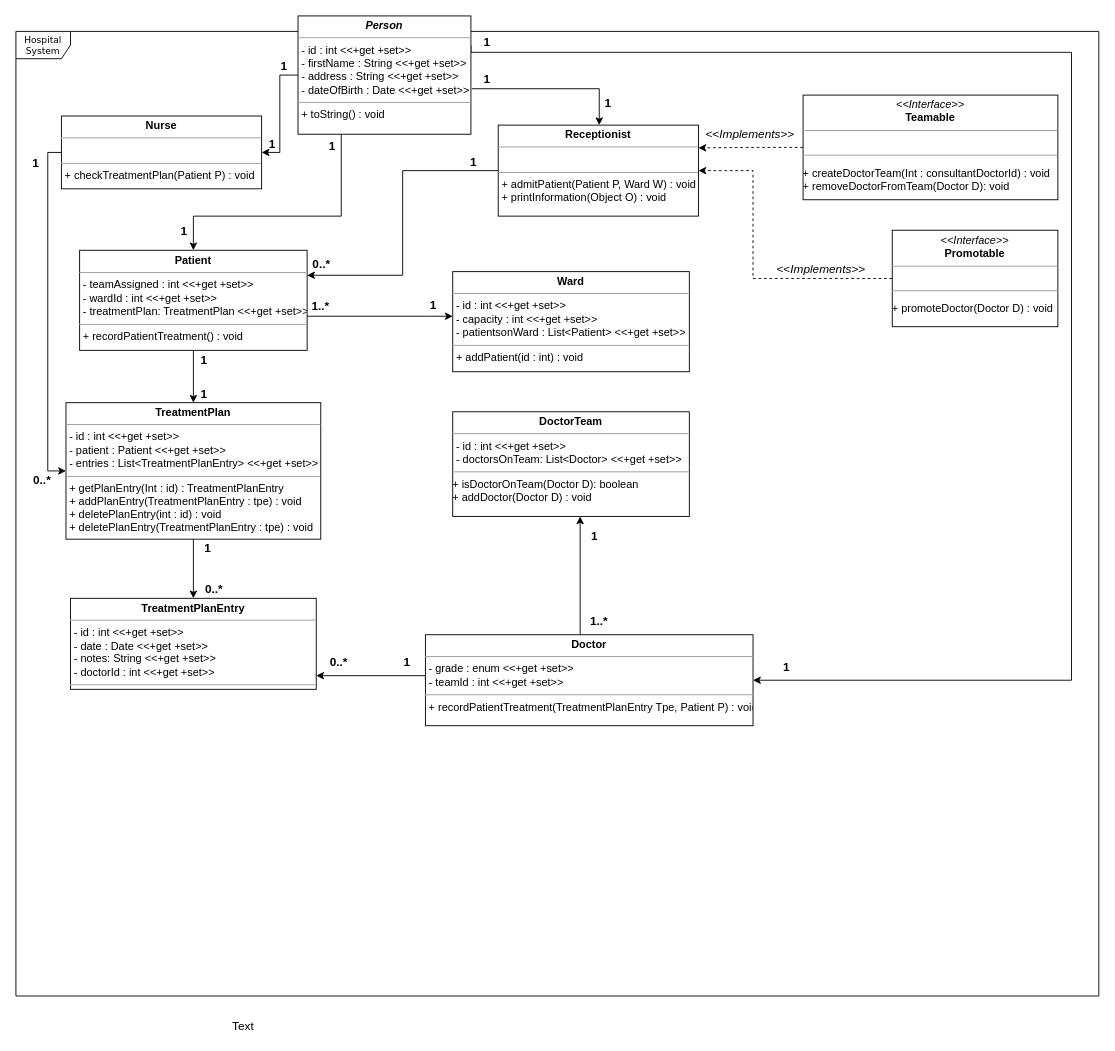
The draw.io diagram QA-Hospital-ClassDiagram.drawio in hbuck95/hospital-qa, before the edit. Source tidied: cells renumbered, new cells numbered last; positions are measured from the earlier drawing's top-left corner, leaving out a move shared by most shapes. Both pictures are drawn from the tidied source at 91%, with x=0, y=0 at pixel (15, 15).
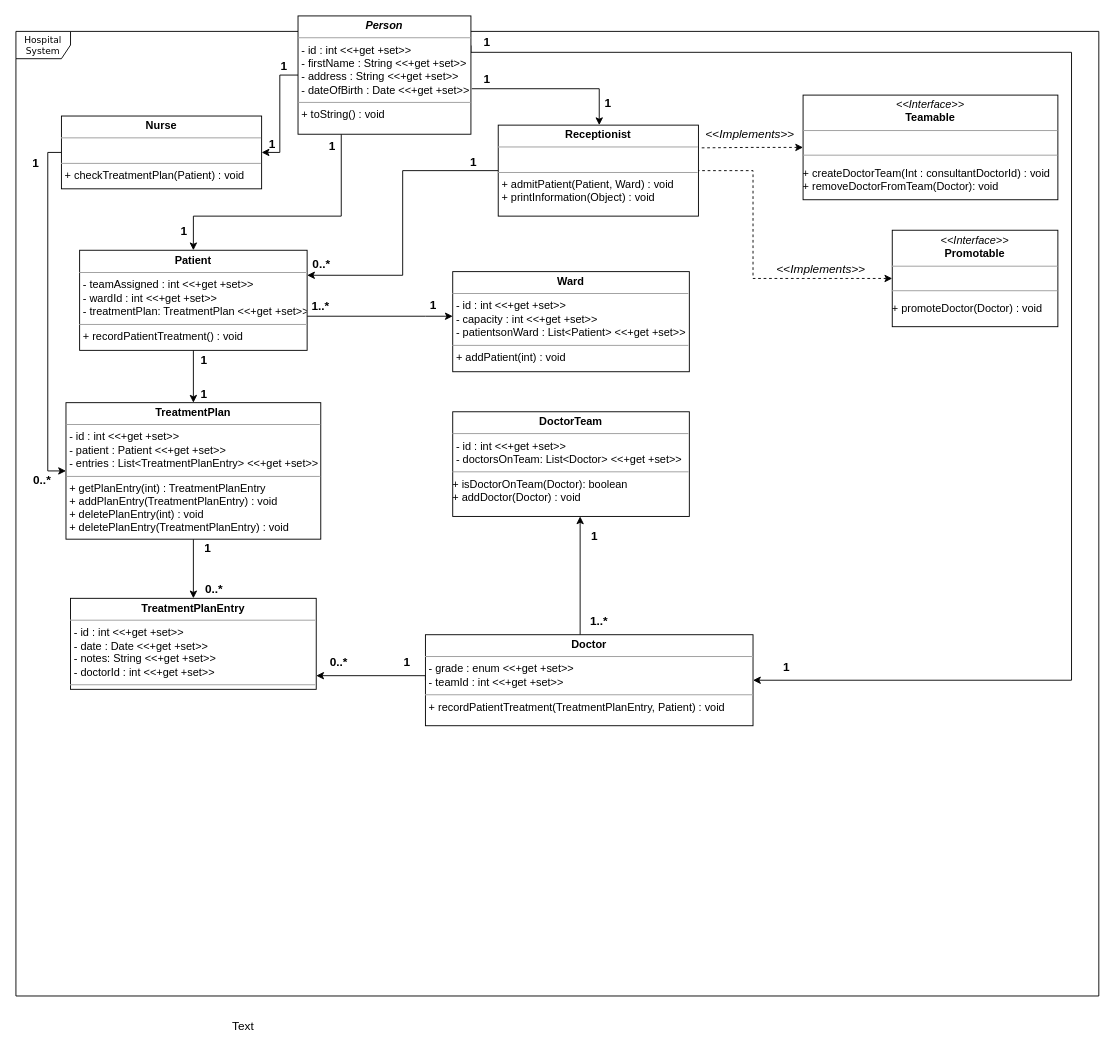
The same page after the edit.

Diff of the diagram source:
```diff
@@
-    <mxCell id="8" style="edgeStyle=orthogonalEdgeStyle;rounded=0;jettySize=auto;html=1;entryX=1;entryY=0.25;entryDx=0;entryDy=0;fontSize=13;dashed=1;" parent="1" edge="1" source="9" target="16">
+    <mxCell id="8" style="edgeStyle=orthogonalEdgeStyle;rounded=0;jettySize=auto;html=1;entryX=1;entryY=0.25;entryDx=0;entryDy=0;fontSize=13;dashed=1;startArrow=classic;startFill=1;endArrow=none;endFill=0;" parent="1" edge="1" source="9" target="16">
       <mxGeometry relative="1" as="geometry" />
     </mxCell>
-    <mxCell id="9" value="&lt;p style=&quot;margin: 0px ; margin-top: 4px ; text-align: center&quot;&gt;&lt;i&gt;&amp;lt;&amp;lt;Interface&amp;gt;&amp;gt;&lt;/i&gt;&lt;br&gt;&lt;b&gt;Teamable&lt;/b&gt;&lt;/p&gt;&lt;hr size=&quot;1&quot;&gt;&lt;p style=&quot;margin: 0px ; margin-left: 4px&quot;&gt;&lt;br&gt;&lt;/p&gt;&lt;hr size=&quot;1&quot;&gt;&lt;p&gt;+ createDoctorTeam(Int : consultantDoctorId) : void&lt;br&gt;+ removeDoctorFromTeam(Doctor D): void&lt;/p&gt;" style="verticalAlign=top;align=left;overflow=fill;fontSize=12;fontFamily=Helvetica;html=1;rounded=0;shadow=0;comic=0;labelBackgroundColor=none;strokeColor=#000000;strokeWidth=1;fillColor=#ffffff;" parent="1" vertex="1">
+    <mxCell id="9" value="&lt;p style=&quot;margin: 0px ; margin-top: 4px ; text-align: center&quot;&gt;&lt;i&gt;&amp;lt;&amp;lt;Interface&amp;gt;&amp;gt;&lt;/i&gt;&lt;br&gt;&lt;b&gt;Teamable&lt;/b&gt;&lt;/p&gt;&lt;hr size=&quot;1&quot;&gt;&lt;p style=&quot;margin: 0px ; margin-left: 4px&quot;&gt;&lt;br&gt;&lt;/p&gt;&lt;hr size=&quot;1&quot;&gt;&lt;p&gt;+ createDoctorTeam(Int : consultantDoctorId) : void&lt;br&gt;+ removeDoctorFromTeam(Doctor): void&lt;/p&gt;" style="verticalAlign=top;align=left;overflow=fill;fontSize=12;fontFamily=Helvetica;html=1;rounded=0;shadow=0;comic=0;labelBackgroundColor=none;strokeColor=#000000;strokeWidth=1;fillColor=#ffffff;" parent="1" vertex="1">
       <mxGeometry x="865" y="87" width="280" height="115" as="geometry" />
     </mxCell>
@@
-    <mxCell id="11" value="&lt;p style=&quot;margin: 0px ; margin-top: 4px ; text-align: center&quot;&gt;&lt;b&gt;Nurse&lt;/b&gt;&lt;br&gt;&lt;/p&gt;&lt;hr size=&quot;1&quot;&gt;&lt;p style=&quot;margin: 0px ; margin-left: 4px&quot;&gt;&lt;br&gt;&lt;/p&gt;&lt;hr size=&quot;1&quot;&gt;&lt;p style=&quot;margin: 0px ; margin-left: 4px&quot;&gt;+ checkTreatmentPlan(Patient P) : void&lt;br&gt;&lt;/p&gt;" style="verticalAlign=top;align=left;overflow=fill;fontSize=12;fontFamily=Helvetica;html=1;rounded=0;shadow=0;comic=0;labelBackgroundColor=none;strokeColor=#000000;strokeWidth=1;fillColor=#ffffff;" parent="1" vertex="1">
+    <mxCell id="11" value="&lt;p style=&quot;margin: 0px ; margin-top: 4px ; text-align: center&quot;&gt;&lt;b&gt;Nurse&lt;/b&gt;&lt;br&gt;&lt;/p&gt;&lt;hr size=&quot;1&quot;&gt;&lt;p style=&quot;margin: 0px ; margin-left: 4px&quot;&gt;&lt;br&gt;&lt;/p&gt;&lt;hr size=&quot;1&quot;&gt;&lt;p style=&quot;margin: 0px ; margin-left: 4px&quot;&gt;+ checkTreatmentPlan(Patient) : void&lt;br&gt;&lt;/p&gt;" style="verticalAlign=top;align=left;overflow=fill;fontSize=12;fontFamily=Helvetica;html=1;rounded=0;shadow=0;comic=0;labelBackgroundColor=none;strokeColor=#000000;strokeWidth=1;fillColor=#ffffff;" parent="1" vertex="1">
       <mxGeometry x="50" y="110" width="220" height="80" as="geometry" />
     </mxCell>
@@
-    <mxCell id="14" value="&lt;p style=&quot;margin: 0px ; margin-top: 4px ; text-align: center&quot;&gt;&lt;b&gt;Doctor&lt;/b&gt;&lt;br&gt;&lt;/p&gt;&lt;hr size=&quot;1&quot;&gt;&lt;p style=&quot;margin: 0px ; margin-left: 4px&quot;&gt;- grade : enum &amp;lt;&amp;lt;+get +set&amp;gt;&amp;gt;&lt;/p&gt;&lt;p style=&quot;margin: 0px ; margin-left: 4px&quot;&gt;- teamId : int &amp;lt;&amp;lt;+get +set&amp;gt;&amp;gt;&lt;/p&gt;&lt;hr size=&quot;1&quot;&gt;&lt;p style=&quot;margin: 0px ; margin-left: 4px&quot;&gt;+ recordPatientTreatment(TreatmentPlanEntry Tpe, Patient P) : void&lt;br&gt;&lt;/p&gt;" style="verticalAlign=top;align=left;overflow=fill;fontSize=12;fontFamily=Helvetica;html=1;rounded=0;shadow=0;comic=0;labelBackgroundColor=none;strokeColor=#000000;strokeWidth=1;fillColor=#ffffff;" parent="1" vertex="1">
+    <mxCell id="14" value="&lt;p style=&quot;margin: 0px ; margin-top: 4px ; text-align: center&quot;&gt;&lt;b&gt;Doctor&lt;/b&gt;&lt;br&gt;&lt;/p&gt;&lt;hr size=&quot;1&quot;&gt;&lt;p style=&quot;margin: 0px ; margin-left: 4px&quot;&gt;- grade : enum &amp;lt;&amp;lt;+get +set&amp;gt;&amp;gt;&lt;/p&gt;&lt;p style=&quot;margin: 0px ; margin-left: 4px&quot;&gt;- teamId : int &amp;lt;&amp;lt;+get +set&amp;gt;&amp;gt;&lt;/p&gt;&lt;hr size=&quot;1&quot;&gt;&lt;p style=&quot;margin: 0px ; margin-left: 4px&quot;&gt;+ recordPatientTreatment(TreatmentPlanEntry, Patient) : void&lt;br&gt;&lt;/p&gt;" style="verticalAlign=top;align=left;overflow=fill;fontSize=12;fontFamily=Helvetica;html=1;rounded=0;shadow=0;comic=0;labelBackgroundColor=none;strokeColor=#000000;strokeWidth=1;fillColor=#ffffff;" parent="1" vertex="1">
       <mxGeometry x="450" y="680" width="360" height="100" as="geometry" />
     </mxCell>
@@
-    <mxCell id="16" value="&lt;p style=&quot;margin: 0px ; margin-top: 4px ; text-align: center&quot;&gt;&lt;b&gt;Receptionist&lt;/b&gt;&lt;br&gt;&lt;/p&gt;&lt;hr size=&quot;1&quot;&gt;&lt;p style=&quot;margin: 0px ; margin-left: 4px&quot;&gt;&lt;br&gt;&lt;/p&gt;&lt;hr size=&quot;1&quot;&gt;&lt;p style=&quot;margin: 0px ; margin-left: 4px&quot;&gt;+ admitPatient(Patient P, Ward W) : void&lt;/p&gt;&lt;p style=&quot;margin: 0px ; margin-left: 4px&quot;&gt;+ printInformation(Object O) : void&lt;br&gt;&lt;/p&gt;" style="verticalAlign=top;align=left;overflow=fill;fontSize=12;fontFamily=Helvetica;html=1;rounded=0;shadow=0;comic=0;labelBackgroundColor=none;strokeColor=#000000;strokeWidth=1;fillColor=#ffffff;" parent="1" vertex="1">
+    <mxCell id="16" value="&lt;p style=&quot;margin: 0px ; margin-top: 4px ; text-align: center&quot;&gt;&lt;b&gt;Receptionist&lt;/b&gt;&lt;br&gt;&lt;/p&gt;&lt;hr size=&quot;1&quot;&gt;&lt;p style=&quot;margin: 0px ; margin-left: 4px&quot;&gt;&lt;br&gt;&lt;/p&gt;&lt;hr size=&quot;1&quot;&gt;&lt;p style=&quot;margin: 0px ; margin-left: 4px&quot;&gt;+ admitPatient(Patient, Ward) : void&lt;/p&gt;&lt;p style=&quot;margin: 0px ; margin-left: 4px&quot;&gt;+ printInformation(Object) : void&lt;br&gt;&lt;/p&gt;" style="verticalAlign=top;align=left;overflow=fill;fontSize=12;fontFamily=Helvetica;html=1;rounded=0;shadow=0;comic=0;labelBackgroundColor=none;strokeColor=#000000;strokeWidth=1;fillColor=#ffffff;" parent="1" vertex="1">
       <mxGeometry x="530" y="120" width="220" height="100" as="geometry" />
     </mxCell>
@@
-    <mxCell id="20" value="&lt;p style=&quot;margin: 0px ; margin-top: 4px ; text-align: center&quot;&gt;&lt;b&gt;Ward&lt;/b&gt;&lt;br&gt;&lt;/p&gt;&lt;hr size=&quot;1&quot;&gt;&lt;p style=&quot;margin: 0px ; margin-left: 4px&quot;&gt;- id : int &amp;lt;&amp;lt;+get +set&amp;gt;&amp;gt;&lt;/p&gt;&lt;p style=&quot;margin: 0px ; margin-left: 4px&quot;&gt;- capacity : int &amp;lt;&amp;lt;+get +set&amp;gt;&amp;gt;&lt;/p&gt;&lt;p style=&quot;margin: 0px ; margin-left: 4px&quot;&gt;- patientsonWard : List&amp;lt;Patient&amp;gt; &amp;lt;&amp;lt;+get +set&amp;gt;&amp;gt;&lt;br&gt;&lt;/p&gt;&lt;hr size=&quot;1&quot;&gt;&lt;p style=&quot;margin: 0px ; margin-left: 4px&quot;&gt;+ addPatient(id : int) : void&lt;br&gt;&lt;/p&gt;" style="verticalAlign=top;align=left;overflow=fill;fontSize=12;fontFamily=Helvetica;html=1;rounded=0;shadow=0;comic=0;labelBackgroundColor=none;strokeColor=#000000;strokeWidth=1;fillColor=#ffffff;" parent="1" vertex="1">
+    <mxCell id="20" value="&lt;p style=&quot;margin: 0px ; margin-top: 4px ; text-align: center&quot;&gt;&lt;b&gt;Ward&lt;/b&gt;&lt;br&gt;&lt;/p&gt;&lt;hr size=&quot;1&quot;&gt;&lt;p style=&quot;margin: 0px ; margin-left: 4px&quot;&gt;- id : int &amp;lt;&amp;lt;+get +set&amp;gt;&amp;gt;&lt;/p&gt;&lt;p style=&quot;margin: 0px ; margin-left: 4px&quot;&gt;- capacity : int &amp;lt;&amp;lt;+get +set&amp;gt;&amp;gt;&lt;/p&gt;&lt;p style=&quot;margin: 0px ; margin-left: 4px&quot;&gt;- patientsonWard : List&amp;lt;Patient&amp;gt; &amp;lt;&amp;lt;+get +set&amp;gt;&amp;gt;&lt;br&gt;&lt;/p&gt;&lt;hr size=&quot;1&quot;&gt;&lt;p style=&quot;margin: 0px ; margin-left: 4px&quot;&gt;+ addPatient(int) : void&lt;br&gt;&lt;/p&gt;" style="verticalAlign=top;align=left;overflow=fill;fontSize=12;fontFamily=Helvetica;html=1;rounded=0;shadow=0;comic=0;labelBackgroundColor=none;strokeColor=#000000;strokeWidth=1;fillColor=#ffffff;" parent="1" vertex="1">
       <mxGeometry x="480" y="281" width="260" height="110" as="geometry" />
     </mxCell>
-    <mxCell id="21" value="&lt;p style=&quot;margin: 0px ; margin-top: 4px ; text-align: center&quot;&gt;&lt;b&gt;DoctorTeam&lt;/b&gt;&lt;br&gt;&lt;/p&gt;&lt;hr size=&quot;1&quot;&gt;&lt;p style=&quot;margin: 0px ; margin-left: 4px&quot;&gt;- id : int &amp;lt;&amp;lt;+get +set&amp;gt;&amp;gt;&lt;/p&gt;&lt;p style=&quot;margin: 0px ; margin-left: 4px&quot;&gt;- doctorsOnTeam: List&amp;lt;Doctor&amp;gt; &amp;lt;&amp;lt;+get +set&amp;gt;&amp;gt;&lt;br&gt;&lt;/p&gt;&lt;hr size=&quot;1&quot;&gt;&lt;div&gt;+ isDoctorOnTeam(Doctor D): boolean&lt;/div&gt;&lt;div&gt;+ addDoctor(Doctor D) : void&lt;/div&gt;" style="verticalAlign=top;align=left;overflow=fill;fontSize=12;fontFamily=Helvetica;html=1;rounded=0;shadow=0;comic=0;labelBackgroundColor=none;strokeColor=#000000;strokeWidth=1;fillColor=#ffffff;" parent="1" vertex="1">
+    <mxCell id="21" value="&lt;p style=&quot;margin: 0px ; margin-top: 4px ; text-align: center&quot;&gt;&lt;b&gt;DoctorTeam&lt;/b&gt;&lt;br&gt;&lt;/p&gt;&lt;hr size=&quot;1&quot;&gt;&lt;p style=&quot;margin: 0px ; margin-left: 4px&quot;&gt;- id : int &amp;lt;&amp;lt;+get +set&amp;gt;&amp;gt;&lt;/p&gt;&lt;p style=&quot;margin: 0px ; margin-left: 4px&quot;&gt;- doctorsOnTeam: List&amp;lt;Doctor&amp;gt; &amp;lt;&amp;lt;+get +set&amp;gt;&amp;gt;&lt;br&gt;&lt;/p&gt;&lt;hr size=&quot;1&quot;&gt;&lt;div&gt;+ isDoctorOnTeam(Doctor): boolean&lt;/div&gt;&lt;div&gt;+ addDoctor(Doctor) : void&lt;/div&gt;" style="verticalAlign=top;align=left;overflow=fill;fontSize=12;fontFamily=Helvetica;html=1;rounded=0;shadow=0;comic=0;labelBackgroundColor=none;strokeColor=#000000;strokeWidth=1;fillColor=#ffffff;" parent="1" vertex="1">
       <mxGeometry x="480" y="435" width="260" height="115" as="geometry" />
     </mxCell>
@@
-    <mxCell id="23" value="&lt;p style=&quot;margin: 0px ; margin-top: 4px ; text-align: center&quot;&gt;&lt;b&gt;TreatmentPlan&lt;/b&gt;&lt;br&gt;&lt;/p&gt;&lt;hr size=&quot;1&quot;&gt;&lt;p style=&quot;margin: 0px ; margin-left: 4px&quot;&gt;- id : int &amp;lt;&amp;lt;+get +set&amp;gt;&amp;gt;&lt;/p&gt;&lt;p style=&quot;margin: 0px ; margin-left: 4px&quot;&gt;- patient : Patient &amp;lt;&amp;lt;+get +set&amp;gt;&amp;gt;&lt;/p&gt;&lt;p style=&quot;margin: 0px ; margin-left: 4px&quot;&gt;- entries : List&amp;lt;TreatmentPlanEntry&amp;gt; &amp;lt;&amp;lt;+get +set&amp;gt;&amp;gt;&lt;br&gt;&lt;/p&gt;&lt;hr size=&quot;1&quot;&gt;&lt;p style=&quot;margin: 0px ; margin-left: 4px&quot;&gt;+ getPlanEntry(Int : id) : TreatmentPlanEntry&lt;/p&gt;&lt;p style=&quot;margin: 0px ; margin-left: 4px&quot;&gt;+ addPlanEntry(TreatmentPlanEntry : tpe) : void&lt;/p&gt;&lt;p style=&quot;margin: 0px ; margin-left: 4px&quot;&gt;+ deletePlanEntry(int : id) : void&lt;/p&gt;&lt;p style=&quot;margin: 0px ; margin-left: 4px&quot;&gt;+ deletePlanEntry(TreatmentPlanEntry : tpe) : void&lt;br&gt;&lt;/p&gt;" style="verticalAlign=top;align=left;overflow=fill;fontSize=12;fontFamily=Helvetica;html=1;rounded=0;shadow=0;comic=0;labelBackgroundColor=none;strokeColor=#000000;strokeWidth=1;fillColor=#ffffff;" parent="1" vertex="1">
+    <mxCell id="23" value="&lt;p style=&quot;margin: 0px ; margin-top: 4px ; text-align: center&quot;&gt;&lt;b&gt;TreatmentPlan&lt;/b&gt;&lt;br&gt;&lt;/p&gt;&lt;hr size=&quot;1&quot;&gt;&lt;p style=&quot;margin: 0px ; margin-left: 4px&quot;&gt;- id : int &amp;lt;&amp;lt;+get +set&amp;gt;&amp;gt;&lt;/p&gt;&lt;p style=&quot;margin: 0px ; margin-left: 4px&quot;&gt;- patient : Patient &amp;lt;&amp;lt;+get +set&amp;gt;&amp;gt;&lt;/p&gt;&lt;p style=&quot;margin: 0px ; margin-left: 4px&quot;&gt;- entries : List&amp;lt;TreatmentPlanEntry&amp;gt; &amp;lt;&amp;lt;+get +set&amp;gt;&amp;gt;&lt;br&gt;&lt;/p&gt;&lt;hr size=&quot;1&quot;&gt;&lt;p style=&quot;margin: 0px ; margin-left: 4px&quot;&gt;+ getPlanEntry(int) : TreatmentPlanEntry&lt;/p&gt;&lt;p style=&quot;margin: 0px ; margin-left: 4px&quot;&gt;+ addPlanEntry(TreatmentPlanEntry) : void&lt;/p&gt;&lt;p style=&quot;margin: 0px ; margin-left: 4px&quot;&gt;+ deletePlanEntry(int) : void&lt;/p&gt;&lt;p style=&quot;margin: 0px ; margin-left: 4px&quot;&gt;+ deletePlanEntry(TreatmentPlanEntry) : void&lt;br&gt;&lt;/p&gt;" style="verticalAlign=top;align=left;overflow=fill;fontSize=12;fontFamily=Helvetica;html=1;rounded=0;shadow=0;comic=0;labelBackgroundColor=none;strokeColor=#000000;strokeWidth=1;fillColor=#ffffff;" parent="1" vertex="1">
       <mxGeometry x="55" y="425" width="280" height="150" as="geometry" />
     </mxCell>
@@
-    <mxCell id="25" style="edgeStyle=orthogonalEdgeStyle;rounded=0;jettySize=auto;html=1;entryX=1;entryY=0.5;entryDx=0;entryDy=0;dashed=1;fontSize=13;" parent="1" edge="1" source="26" target="16">
+    <mxCell id="25" style="edgeStyle=orthogonalEdgeStyle;rounded=0;jettySize=auto;html=1;entryX=1;entryY=0.5;entryDx=0;entryDy=0;dashed=1;fontSize=13;endArrow=none;endFill=0;startArrow=classic;startFill=1;" parent="1" edge="1" source="26" target="16">
       <mxGeometry relative="1" as="geometry">
         <Array as="points">
           <mxPoint x="810" y="288" />
           <mxPoint x="810" y="170" />
         </Array>
       </mxGeometry>
     </mxCell>
-    <mxCell id="26" value="&lt;p style=&quot;margin: 0px ; margin-top: 4px ; text-align: center&quot;&gt;&lt;i&gt;&amp;lt;&amp;lt;Interface&amp;gt;&amp;gt;&lt;/i&gt;&lt;br&gt;&lt;b&gt;Promotable&lt;br&gt;&lt;/b&gt;&lt;/p&gt;&lt;hr size=&quot;1&quot;&gt;&lt;p style=&quot;margin: 0px ; margin-left: 4px&quot;&gt;&lt;br&gt;&lt;/p&gt;&lt;hr size=&quot;1&quot;&gt;&lt;p&gt;+ promoteDoctor(Doctor D) : void&lt;br&gt;&lt;/p&gt;" style="verticalAlign=top;align=left;overflow=fill;fontSize=12;fontFamily=Helvetica;html=1;rounded=0;shadow=0;comic=0;labelBackgroundColor=none;strokeColor=#000000;strokeWidth=1;fillColor=#ffffff;" parent="1" vertex="1">
+    <mxCell id="26" value="&lt;p style=&quot;margin: 0px ; margin-top: 4px ; text-align: center&quot;&gt;&lt;i&gt;&amp;lt;&amp;lt;Interface&amp;gt;&amp;gt;&lt;/i&gt;&lt;br&gt;&lt;b&gt;Promotable&lt;br&gt;&lt;/b&gt;&lt;/p&gt;&lt;hr size=&quot;1&quot;&gt;&lt;p style=&quot;margin: 0px ; margin-left: 4px&quot;&gt;&lt;br&gt;&lt;/p&gt;&lt;hr size=&quot;1&quot;&gt;&lt;p&gt;+ promoteDoctor(Doctor) : void&lt;br&gt;&lt;/p&gt;" style="verticalAlign=top;align=left;overflow=fill;fontSize=12;fontFamily=Helvetica;html=1;rounded=0;shadow=0;comic=0;labelBackgroundColor=none;strokeColor=#000000;strokeWidth=1;fillColor=#ffffff;" parent="1" vertex="1">
       <mxGeometry x="963" y="235.5" width="182" height="106" as="geometry" />
     </mxCell>
```
